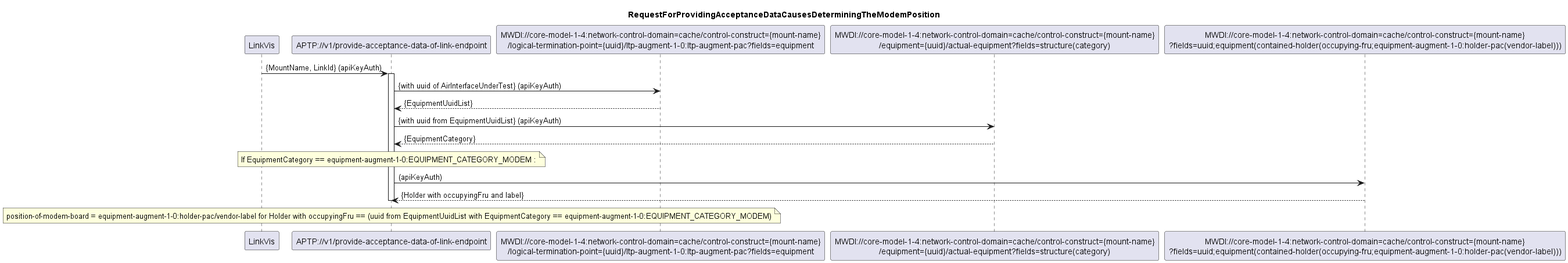
The PlantUML diagram spec/diagrams/ProvideAcceptanceDataOfLinkEndpoint/150_ModemPosition.png in openBackhaul/AccessPlanningToolProxy, before a commit.
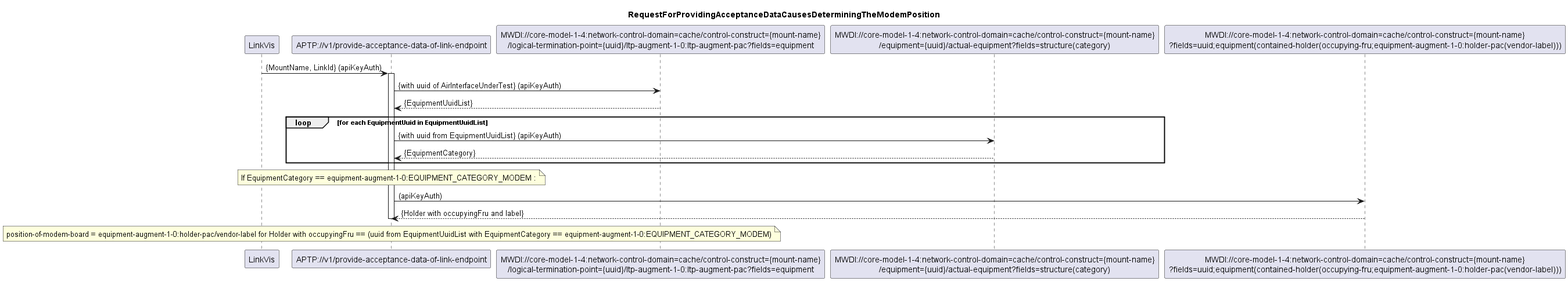
Later version of the same file.

The edit, as a diff of the source:
```diff
@@ -18,9 +18,11 @@
 APTP -> EquipmentUuid: {with uuid of AirInterfaceUnderTest} (apiKeyAuth)
 EquipmentUuid --> APTP: {EquipmentUuidList}
 
+loop for each EquipmentUuid in EquipmentUuidList
 APTP -> EquipmentCategory: {with uuid from EquipmentUuidList} (apiKeyAuth)
 EquipmentCategory --> APTP: {EquipmentCategory}
 
+end
 note over APTP
 If EquipmentCategory == equipment-augment-1-0:EQUIPMENT_CATEGORY_MODEM :
 end note
```
